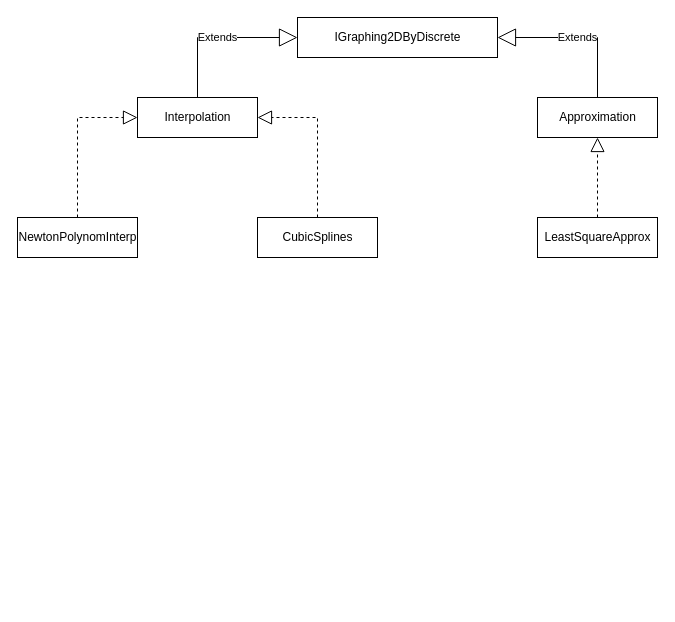
Above: ProjectDiagramm.drawio in Ulqiora/Interpolation_and_approximation (draw.io), before the change. Source tidied: cells renumbered, new cells numbered last; positions are measured from the earlier drawing's top-left corner, leaving out a move shared by most shapes. Both pictures are drawn from the tidied source at 100%, with x=0, y=0 at pixel (17, 17).
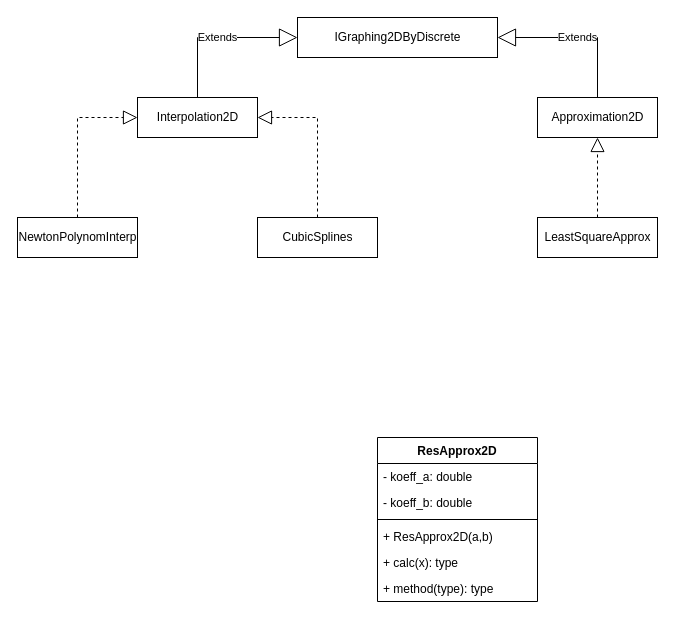
Above is the later version.

Change to the diagram source:
```diff
@@
-    <mxCell id="3" value="Interpolation" style="html=1;" parent="1" vertex="1">
+    <mxCell id="3" value="Interpolation2D" style="html=1;" parent="1" vertex="1">
       <mxGeometry x="120" y="80" width="120" height="40" as="geometry" />
     </mxCell>
-    <mxCell id="4" value="Approximation" style="html=1;" parent="1" vertex="1">
+    <mxCell id="4" value="Approximation2D" style="html=1;" parent="1" vertex="1">
       <mxGeometry x="520" y="80" width="120" height="40" as="geometry" />
     </mxCell>
@@
+    <mxCell id="13" value="ResApprox2D" style="swimlane;fontStyle=1;align=center;verticalAlign=top;horizontal=1;startSize=26;" parent="1" vertex="1">
+      <mxGeometry x="360" y="420" width="160" height="164" as="geometry" />
+    </mxCell>
+    <mxCell id="14" value="- koeff_a: double" style="text;strokeColor=none;fillColor=none;align=left;verticalAlign=top;spacingLeft=4;spacingRight=4;overflow=hidden;" parent="13" vertex="1">
+      <mxGeometry y="26" width="160" height="26" as="geometry" />
+    </mxCell>
+    <mxCell id="15" value="- koeff_b: double" style="text;strokeColor=none;fillColor=none;align=left;verticalAlign=top;spacingLeft=4;spacingRight=4;overflow=hidden;" parent="13" vertex="1">
+      <mxGeometry y="52" width="160" height="26" as="geometry" />
+    </mxCell>
+    <mxCell id="16" style="line;strokeWidth=1;fillColor=none;align=left;verticalAlign=middle;spacingTop=-1;spacingLeft=3;spacingRight=3;labelPosition=right;strokeColor=inherit;" parent="13" vertex="1">
+      <mxGeometry y="78" width="160" height="8" as="geometry" />
+    </mxCell>
+    <mxCell id="17" value="+ ResApprox2D(a,b)" style="text;strokeColor=none;fillColor=none;align=left;verticalAlign=top;spacingLeft=4;spacingRight=4;overflow=hidden;" parent="13" vertex="1">
+      <mxGeometry y="86" width="160" height="26" as="geometry" />
+    </mxCell>
+    <mxCell id="18" value="+ calc(x): type" style="text;strokeColor=none;fillColor=none;align=left;verticalAlign=top;spacingLeft=4;spacingRight=4;overflow=hidden;" parent="13" vertex="1">
+      <mxGeometry y="112" width="160" height="26" as="geometry" />
+    </mxCell>
+    <mxCell id="19" value="+ method(type): type" style="text;strokeColor=none;fillColor=none;align=left;verticalAlign=top;spacingLeft=4;spacingRight=4;overflow=hidden;" parent="13" vertex="1">
+      <mxGeometry y="138" width="160" height="26" as="geometry" />
+    </mxCell>
```
